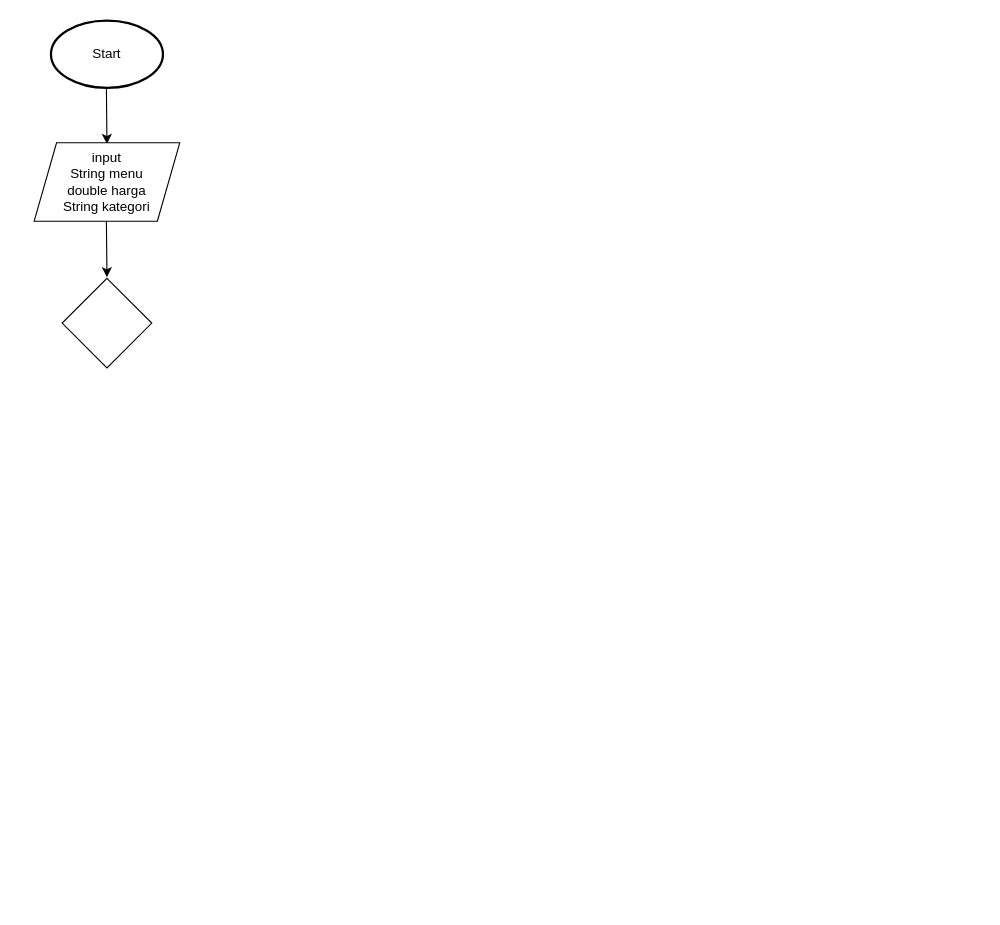
Above: Untitled Diagram.drawio in bayhaki69/bayhaki69 (draw.io), before the change. Source tidied: cells renumbered, new cells numbered last; positions are measured from the earlier drawing's top-left corner, leaving out a move shared by most shapes. Both pictures are drawn from the tidied source at 112%, with x=0, y=0 at pixel (34, 20).
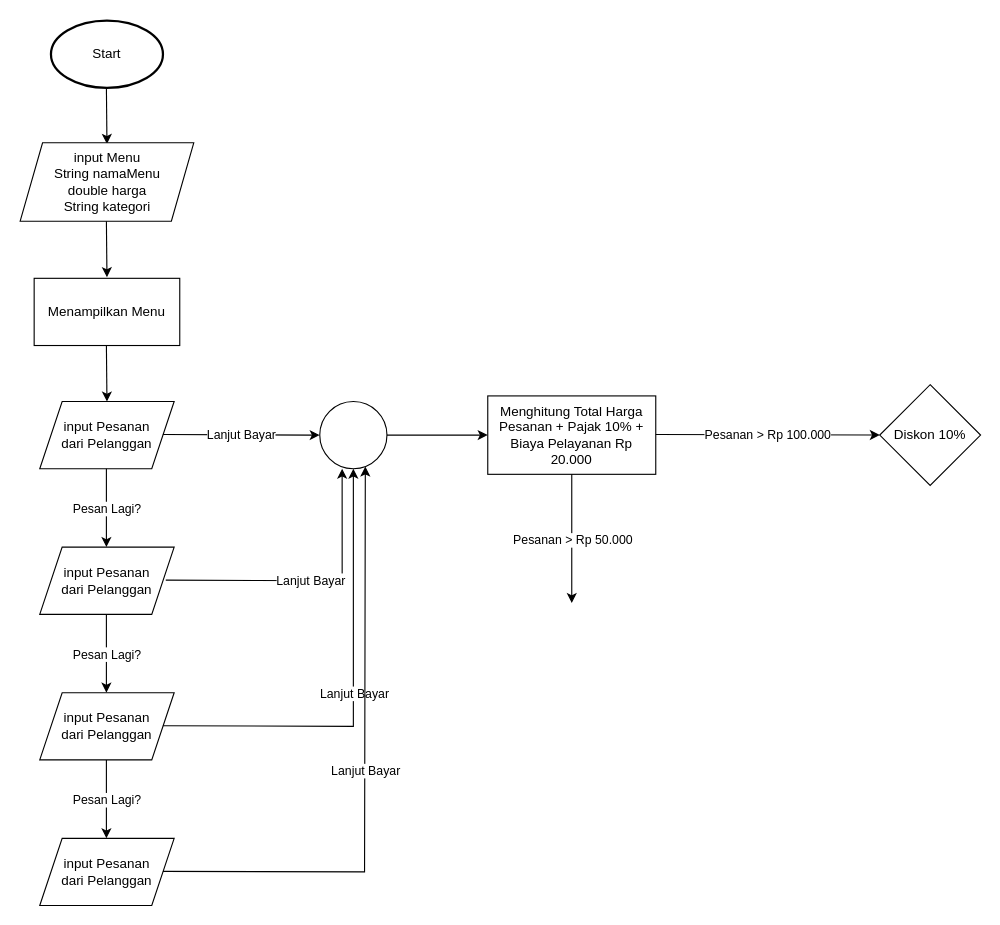
The same diagram, later.

What changed in the source:
```diff
@@
-    <mxCell id="4" value="input&lt;div&gt;String menu&lt;/div&gt;&lt;div&gt;double harga&lt;/div&gt;&lt;div&gt;String kategori&lt;/div&gt;" style="shape=parallelogram;perimeter=parallelogramPerimeter;whiteSpace=wrap;html=1;fixedSize=1;" parent="1" vertex="1">
-      <mxGeometry y="109" width="130" height="70" as="geometry" />
+    <mxCell id="4" value="input Menu&lt;div&gt;String namaMenu&lt;/div&gt;&lt;div&gt;double harga&lt;/div&gt;&lt;div&gt;String kategori&lt;/div&gt;" style="shape=parallelogram;perimeter=parallelogramPerimeter;whiteSpace=wrap;html=1;fixedSize=1;" parent="1" vertex="1">
+      <mxGeometry x="-12.5" y="109" width="155" height="70" as="geometry" />
     </mxCell>
@@
-    <mxCell id="6" style="rhombus;whiteSpace=wrap;html=1;" parent="1" vertex="1">
-      <mxGeometry x="25" y="230" width="80" height="80" as="geometry" />
-    </mxCell>
+    <mxCell id="7" value="Menampilkan Menu" style="rounded=0;whiteSpace=wrap;html=1;" parent="1" vertex="1">
+      <mxGeometry y="230" width="130" height="60" as="geometry" />
+    </mxCell>
+    <mxCell id="8" value="input Pesanan&lt;div&gt;dari Pelanggan&lt;/div&gt;" style="shape=parallelogram;perimeter=parallelogramPerimeter;whiteSpace=wrap;html=1;fixedSize=1;" parent="1" vertex="1">
+      <mxGeometry x="5" y="340" width="120" height="60" as="geometry" />
+    </mxCell>
+    <mxCell id="9" style="endArrow=classic;html=1;rounded=0;" parent="1" edge="1">
+      <mxGeometry relative="1" as="geometry">
+        <mxPoint x="64.5" y="290" as="sourcePoint" />
+        <mxPoint x="65" y="340" as="targetPoint" />
+      </mxGeometry>
+    </mxCell>
+    <mxCell id="10" style="endArrow=classic;html=1;rounded=0;" parent="1" edge="1">
+      <mxGeometry relative="1" as="geometry">
+        <mxPoint x="64.5" y="530" as="sourcePoint" />
+        <mxPoint x="64.5" y="600" as="targetPoint" />
+      </mxGeometry>
+    </mxCell>
+    <mxCell id="11" value="Pesan Lagi?" style="edgeLabel;html=1;align=center;verticalAlign=middle;" parent="10" vertex="1">
+      <mxGeometry relative="1" as="geometry" />
+    </mxCell>
+    <mxCell id="12" style="endArrow=classic;html=1;rounded=0;" parent="1" edge="1">
+      <mxGeometry relative="1" as="geometry">
+        <mxPoint x="64.5" y="660" as="sourcePoint" />
+        <mxPoint x="64.5" y="730" as="targetPoint" />
+      </mxGeometry>
+    </mxCell>
+    <mxCell id="13" value="Pesan Lagi?" style="edgeLabel;html=1;align=center;verticalAlign=middle;" parent="12" vertex="1">
+      <mxGeometry relative="1" as="geometry" />
+    </mxCell>
+    <mxCell id="14" style="endArrow=classic;html=1;rounded=0;" parent="1" edge="1">
+      <mxGeometry relative="1" as="geometry">
+        <mxPoint x="64.5" y="400" as="sourcePoint" />
+        <mxPoint x="64.5" y="470" as="targetPoint" />
+      </mxGeometry>
+    </mxCell>
+    <mxCell id="15" value="Pesan Lagi?" style="edgeLabel;html=1;align=center;verticalAlign=middle;" parent="14" vertex="1">
+      <mxGeometry relative="1" as="geometry" />
+    </mxCell>
+    <mxCell id="16" value="input Pesanan&lt;div&gt;dari Pelanggan&lt;/div&gt;" style="shape=parallelogram;perimeter=parallelogramPerimeter;whiteSpace=wrap;html=1;fixedSize=1;" parent="1" vertex="1">
+      <mxGeometry x="5" y="470" width="120" height="60" as="geometry" />
+    </mxCell>
+    <mxCell id="17" style="endArrow=classic;html=1;rounded=0;" parent="1" edge="1" target="27">
+      <mxGeometry relative="1" as="geometry">
+        <mxPoint x="115" y="369.5" as="sourcePoint" />
+      </mxGeometry>
+    </mxCell>
+    <mxCell id="18" value="Lanjut Bayar" style="edgeLabel;html=1;align=center;verticalAlign=middle;" parent="17" vertex="1">
+      <mxGeometry relative="1" as="geometry" />
+    </mxCell>
+    <mxCell id="19" style="endArrow=classic;html=1;rounded=0;entryX=0.333;entryY=1;entryDx=0;entryDy=0;entryPerimeter=0;" parent="1" edge="1" target="27">
+      <mxGeometry relative="1" as="geometry">
+        <mxPoint x="117.5" y="499.5" as="sourcePoint" />
+        <Array as="points">
+          <mxPoint x="275" y="500" />
+        </Array>
+      </mxGeometry>
+    </mxCell>
+    <mxCell id="20" value="Lanjut Bayar" style="edgeLabel;html=1;align=center;verticalAlign=middle;" parent="19" vertex="1">
+      <mxGeometry relative="1" as="geometry" />
+    </mxCell>
+    <mxCell id="21" value="input Pesanan&lt;div&gt;dari Pelanggan&lt;/div&gt;" style="shape=parallelogram;perimeter=parallelogramPerimeter;whiteSpace=wrap;html=1;fixedSize=1;" parent="1" vertex="1">
+      <mxGeometry x="5" y="600" width="120" height="60" as="geometry" />
+    </mxCell>
+    <mxCell id="22" style="endArrow=classic;html=1;rounded=0;entryX=0.5;entryY=1;entryDx=0;entryDy=0;" parent="1" edge="1" target="27">
+      <mxGeometry relative="1" as="geometry">
+        <mxPoint x="115" y="629.5" as="sourcePoint" />
+        <Array as="points">
+          <mxPoint x="285" y="630" />
+        </Array>
+      </mxGeometry>
+    </mxCell>
+    <mxCell id="23" value="Lanjut Bayar" style="edgeLabel;html=1;align=center;verticalAlign=middle;" parent="22" vertex="1">
+      <mxGeometry relative="1" as="geometry" />
+    </mxCell>
+    <mxCell id="24" value="input Pesanan&lt;div&gt;dari Pelanggan&lt;/div&gt;" style="shape=parallelogram;perimeter=parallelogramPerimeter;whiteSpace=wrap;html=1;fixedSize=1;" parent="1" vertex="1">
+      <mxGeometry x="5" y="730" width="120" height="60" as="geometry" />
+    </mxCell>
+    <mxCell id="25" style="endArrow=classic;html=1;rounded=0;entryX=0.678;entryY=0.967;entryDx=0;entryDy=0;entryPerimeter=0;" parent="1" edge="1" target="27">
+      <mxGeometry relative="1" as="geometry">
+        <mxPoint x="115" y="759.5" as="sourcePoint" />
+        <Array as="points">
+          <mxPoint x="295" y="760" />
+        </Array>
+      </mxGeometry>
+    </mxCell>
+    <mxCell id="26" value="Lanjut Bayar" style="edgeLabel;html=1;align=center;verticalAlign=middle;" parent="25" vertex="1">
+      <mxGeometry relative="1" as="geometry" />
+    </mxCell>
+    <mxCell id="27" style="ellipse;whiteSpace=wrap;html=1;" parent="1" vertex="1">
+      <mxGeometry x="255" y="340" width="60" height="60" as="geometry" />
+    </mxCell>
+    <mxCell id="28" style="endArrow=classic;html=1;rounded=0;entryX=0;entryY=0.5;entryDx=0;entryDy=0;" parent="1" edge="1" target="29">
+      <mxGeometry relative="1" as="geometry">
+        <mxPoint x="315" y="370" as="sourcePoint" />
+      </mxGeometry>
+    </mxCell>
+    <mxCell id="29" value="Menghitung Total Harga Pesanan + Pajak 10% + Biaya Pelayanan Rp 20.000" style="rounded=0;whiteSpace=wrap;html=1;" parent="1" vertex="1">
+      <mxGeometry x="405" y="335" width="150" height="70" as="geometry" />
+    </mxCell>
+    <mxCell id="30" style="endArrow=classic;html=1;rounded=0;" parent="1" edge="1" target="32">
+      <mxGeometry relative="1" as="geometry">
+        <mxPoint x="555" y="369.5" as="sourcePoint" />
+      </mxGeometry>
+    </mxCell>
+    <mxCell id="31" value="Pesanan &amp;gt; Rp 100.000" style="edgeLabel;html=1;align=center;verticalAlign=middle;" parent="30" vertex="1">
+      <mxGeometry relative="1" as="geometry" />
+    </mxCell>
+    <mxCell id="32" value="Diskon 10%" style="rhombus;whiteSpace=wrap;html=1;" parent="1" vertex="1">
+      <mxGeometry x="755" y="325" width="90" height="90" as="geometry" />
+    </mxCell>
+    <mxCell id="33" style="endArrow=classic;html=1;rounded=0;exitX=0.5;exitY=1;exitDx=0;exitDy=0;" parent="1" edge="1" source="29">
+      <mxGeometry relative="1" as="geometry">
+        <mxPoint x="480" y="520" as="targetPoint" />
+      </mxGeometry>
+    </mxCell>
+    <mxCell id="34" value="Pesanan &amp;gt; Rp 50.000" style="edgeLabel;html=1;align=center;verticalAlign=middle;" parent="33" vertex="1">
+      <mxGeometry relative="1" as="geometry" />
+    </mxCell>
```
